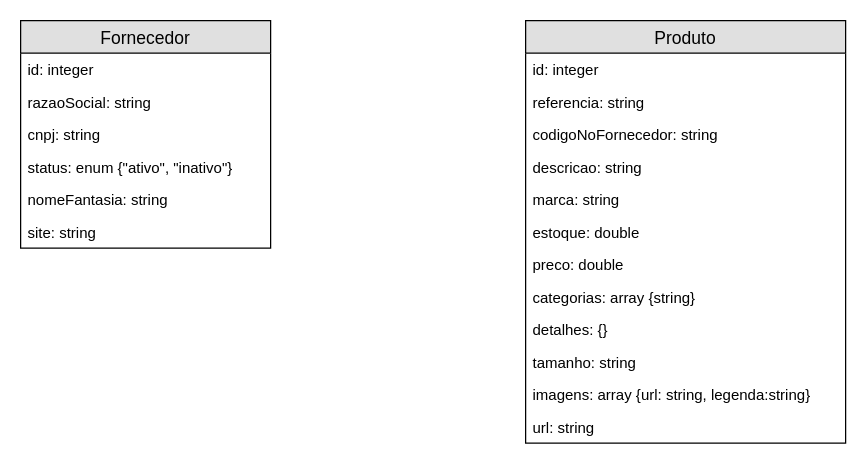
caiosduarte/aws-montagem-exibicao-catalogo keeps this draw.io diagram as page "Modelo de Dados" (3 of 3) of doc/sistema-drop-shipping-com-gateway.drawio. Above is the earlier version. Source tidied: cells renumbered, new cells numbered last; positions are measured from the earlier drawing's top-left corner, leaving out a move shared by most shapes. Both pictures are drawn from the tidied source at 125%, with x=0, y=0 at pixel (20, 20).
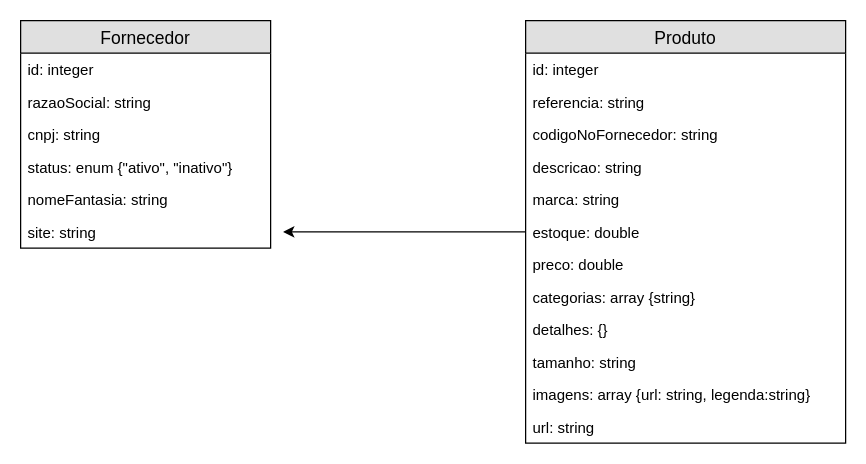
The same diagram, later.

Commit message:
relacionamento entre o produto e seu fornecedor

The change refers to these unchanged cells:
```xml
<mxCell id="9" value="Produto" style="swimlane;fontStyle=0;horizontal=1;startSize=26;fillColor=#e0e0e0;swimlaneFillColor=#ffffff;align=center;fontSize=14;" parent="1" vertex="1">
  <mxGeometry x="404" width="256" height="338" as="geometry" />
</mxCell>
```

The edit, as a diff of the source:
```diff
@@
+    <mxCell id="22" style="edgeStyle=orthogonalEdgeStyle;rounded=0;jettySize=auto;html=1;" parent="1" edge="1" source="9">
+      <mxGeometry relative="1" as="geometry">
+        <mxPoint x="210" y="169" as="targetPoint" />
+      </mxGeometry>
+    </mxCell>
```
